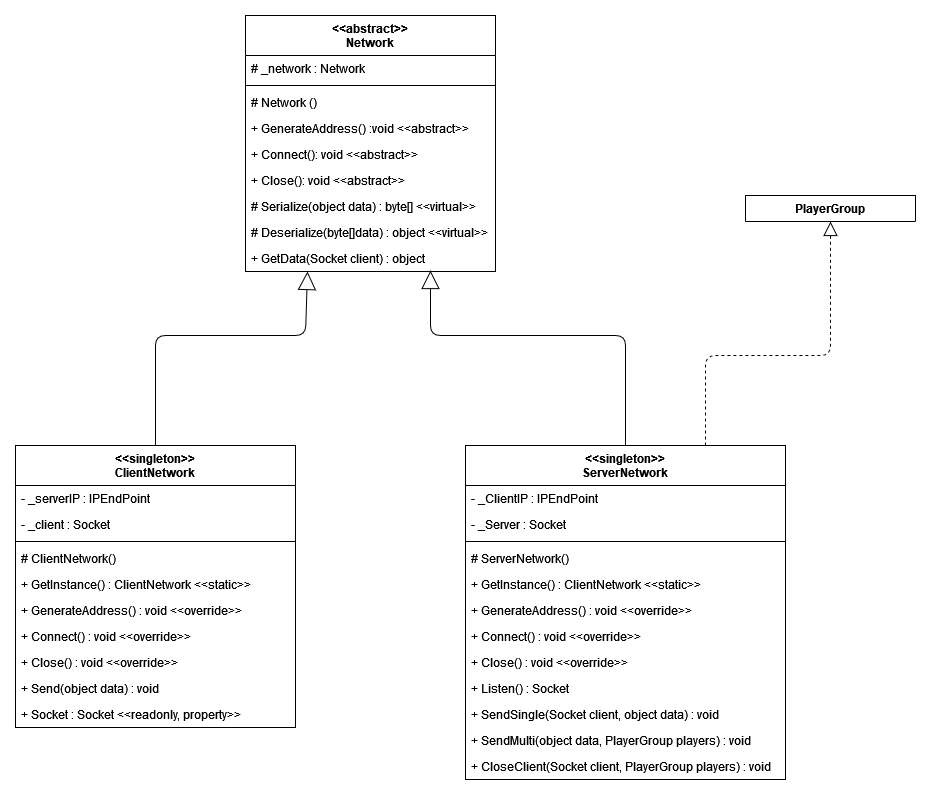
The draw.io diagram Documentation/UML/Network.png in Jiruu246/Exploding_Kittens, before a commit. Source tidied: cells renumbered, new cells last; positions are measured from the earlier drawing's top-left corner, leaving out a move shared by most shapes. The source it was exported from:
```xml
<mxGraphModel>
  <root>
    <mxCell id="0" />
    <mxCell id="1" parent="0" />
    <mxCell id="2" value="&lt;&lt;abstract&gt;&gt;&#10;Network" style="swimlane;fontStyle=1;align=center;verticalAlign=top;horizontal=1;startSize=40;" parent="1" vertex="1">
      <mxGeometry x="230" width="250" height="256" as="geometry" />
    </mxCell>
    <mxCell id="3" value="# _network : Network" style="text;strokeColor=none;fillColor=none;align=left;verticalAlign=top;spacingLeft=4;spacingRight=4;overflow=hidden;" parent="2" vertex="1">
      <mxGeometry y="40" width="250" height="26" as="geometry" />
    </mxCell>
    <mxCell id="4" style="line;strokeWidth=1;fillColor=none;align=left;verticalAlign=middle;spacingTop=-1;spacingLeft=3;spacingRight=3;labelPosition=right;" parent="2" vertex="1">
      <mxGeometry y="66" width="250" height="8" as="geometry" />
    </mxCell>
    <mxCell id="5" value="# Network ()" style="text;strokeColor=none;fillColor=none;align=left;verticalAlign=top;spacingLeft=4;spacingRight=4;overflow=hidden;" parent="2" vertex="1">
      <mxGeometry y="74" width="250" height="26" as="geometry" />
    </mxCell>
    <mxCell id="6" value="+ GenerateAddress() :void &lt;&lt;abstract&gt;&gt;" style="text;strokeColor=none;fillColor=none;align=left;verticalAlign=top;spacingLeft=4;spacingRight=4;overflow=hidden;" parent="2" vertex="1">
      <mxGeometry y="100" width="250" height="26" as="geometry" />
    </mxCell>
    <mxCell id="7" value="+ Connect(): void &lt;&lt;abstract&gt;&gt;" style="text;strokeColor=none;fillColor=none;align=left;verticalAlign=top;spacingLeft=4;spacingRight=4;overflow=hidden;" parent="2" vertex="1">
      <mxGeometry y="126" width="250" height="26" as="geometry" />
    </mxCell>
    <mxCell id="8" value="+ Close(): void &lt;&lt;abstract&gt;&gt;" style="text;strokeColor=none;fillColor=none;align=left;verticalAlign=top;spacingLeft=4;spacingRight=4;overflow=hidden;" parent="2" vertex="1">
      <mxGeometry y="152" width="250" height="26" as="geometry" />
    </mxCell>
    <mxCell id="9" value="# Serialize(object data) : byte[] &lt;&lt;virtual&gt;&gt;" style="text;strokeColor=none;fillColor=none;align=left;verticalAlign=top;spacingLeft=4;spacingRight=4;overflow=hidden;" parent="2" vertex="1">
      <mxGeometry y="178" width="250" height="26" as="geometry" />
    </mxCell>
    <mxCell id="10" value="# Deserialize(byte[]data) : object &lt;&lt;virtual&gt;&gt;" style="text;strokeColor=none;fillColor=none;align=left;verticalAlign=top;spacingLeft=4;spacingRight=4;overflow=hidden;" parent="2" vertex="1">
      <mxGeometry y="204" width="250" height="26" as="geometry" />
    </mxCell>
    <mxCell id="11" value="+ GetData(Socket client) : object" style="text;strokeColor=none;fillColor=none;align=left;verticalAlign=top;spacingLeft=4;spacingRight=4;overflow=hidden;points=[[0,0.5],[1,0.5]];portConstraint=eastwest;" parent="2" vertex="1">
      <mxGeometry y="230" width="250" height="26" as="geometry" />
    </mxCell>
    <mxCell id="12" value="&lt;&lt;singleton&gt;&gt;&#10;ClientNetwork" style="swimlane;fontStyle=1;align=center;verticalAlign=top;horizontal=1;startSize=40;" parent="1" vertex="1">
      <mxGeometry y="430" width="280" height="282" as="geometry" />
    </mxCell>
    <mxCell id="13" value="- _serverIP : IPEndPoint" style="text;strokeColor=none;fillColor=none;align=left;verticalAlign=top;spacingLeft=4;spacingRight=4;overflow=hidden;" parent="12" vertex="1">
      <mxGeometry y="40" width="280" height="26" as="geometry" />
    </mxCell>
    <mxCell id="14" value="- _client : Socket" style="text;strokeColor=none;fillColor=none;align=left;verticalAlign=top;spacingLeft=4;spacingRight=4;overflow=hidden;" parent="12" vertex="1">
      <mxGeometry y="66" width="280" height="26" as="geometry" />
    </mxCell>
    <mxCell id="15" style="line;strokeWidth=1;fillColor=none;align=left;verticalAlign=middle;spacingTop=-1;spacingLeft=3;spacingRight=3;labelPosition=right;" parent="12" vertex="1">
      <mxGeometry y="92" width="280" height="8" as="geometry" />
    </mxCell>
    <mxCell id="16" value="# ClientNetwork()" style="text;strokeColor=none;fillColor=none;align=left;verticalAlign=top;spacingLeft=4;spacingRight=4;overflow=hidden;" parent="12" vertex="1">
      <mxGeometry y="100" width="280" height="26" as="geometry" />
    </mxCell>
    <mxCell id="17" value="+ GetInstance() : ClientNetwork &lt;&lt;static&gt;&gt;" style="text;strokeColor=none;fillColor=none;align=left;verticalAlign=top;spacingLeft=4;spacingRight=4;overflow=hidden;" parent="12" vertex="1">
      <mxGeometry y="126" width="280" height="26" as="geometry" />
    </mxCell>
    <mxCell id="18" value="+ GenerateAddress() : void &lt;&lt;override&gt;&gt;" style="text;strokeColor=none;fillColor=none;align=left;verticalAlign=top;spacingLeft=4;spacingRight=4;overflow=hidden;" parent="12" vertex="1">
      <mxGeometry y="152" width="280" height="26" as="geometry" />
    </mxCell>
    <mxCell id="19" value="+ Connect() : void &lt;&lt;override&gt;&gt;" style="text;strokeColor=none;fillColor=none;align=left;verticalAlign=top;spacingLeft=4;spacingRight=4;overflow=hidden;" parent="12" vertex="1">
      <mxGeometry y="178" width="280" height="26" as="geometry" />
    </mxCell>
    <mxCell id="20" value="+ Close() : void &lt;&lt;override&gt;&gt;" style="text;strokeColor=none;fillColor=none;align=left;verticalAlign=top;spacingLeft=4;spacingRight=4;overflow=hidden;" parent="12" vertex="1">
      <mxGeometry y="204" width="280" height="26" as="geometry" />
    </mxCell>
    <mxCell id="21" value="+ Send(object data) : void" style="text;strokeColor=none;fillColor=none;align=left;verticalAlign=top;spacingLeft=4;spacingRight=4;overflow=hidden;" parent="12" vertex="1">
      <mxGeometry y="230" width="280" height="26" as="geometry" />
    </mxCell>
    <mxCell id="22" value="+ Socket : Socket &lt;&lt;readonly, property&gt;&gt;" style="text;strokeColor=none;fillColor=none;align=left;verticalAlign=top;spacingLeft=4;spacingRight=4;overflow=hidden;" parent="12" vertex="1">
      <mxGeometry y="256" width="280" height="26" as="geometry" />
    </mxCell>
    <mxCell id="23" style="endArrow=block;endSize=16;endFill=0;html=1;exitX=0.5;exitY=0;exitDx=0;exitDy=0;entryX=0.248;entryY=1;entryDx=0;entryDy=0;entryPerimeter=0;" parent="1" edge="1" source="12" target="11">
      <mxGeometry relative="1" as="geometry">
        <Array as="points">
          <mxPoint x="140" y="320" />
          <mxPoint x="290" y="320" />
        </Array>
      </mxGeometry>
    </mxCell>
    <mxCell id="24" value="&lt;&lt;singleton&gt;&gt;&#10;ServerNetwork" style="swimlane;fontStyle=1;align=center;verticalAlign=top;horizontal=1;startSize=40;" parent="1" vertex="1">
      <mxGeometry x="450" y="430" width="320" height="334" as="geometry" />
    </mxCell>
    <mxCell id="25" value="- _ClientIP : IPEndPoint" style="text;strokeColor=none;fillColor=none;align=left;verticalAlign=top;spacingLeft=4;spacingRight=4;overflow=hidden;" parent="24" vertex="1">
      <mxGeometry y="40" width="320" height="26" as="geometry" />
    </mxCell>
    <mxCell id="26" value="- _Server : Socket" style="text;strokeColor=none;fillColor=none;align=left;verticalAlign=top;spacingLeft=4;spacingRight=4;overflow=hidden;" parent="24" vertex="1">
      <mxGeometry y="66" width="320" height="26" as="geometry" />
    </mxCell>
    <mxCell id="27" style="line;strokeWidth=1;fillColor=none;align=left;verticalAlign=middle;spacingTop=-1;spacingLeft=3;spacingRight=3;labelPosition=right;" parent="24" vertex="1">
      <mxGeometry y="92" width="320" height="8" as="geometry" />
    </mxCell>
    <mxCell id="28" value="# ServerNetwork()" style="text;strokeColor=none;fillColor=none;align=left;verticalAlign=top;spacingLeft=4;spacingRight=4;overflow=hidden;" parent="24" vertex="1">
      <mxGeometry y="100" width="320" height="26" as="geometry" />
    </mxCell>
    <mxCell id="29" value="+ GetInstance() : ClientNetwork &lt;&lt;static&gt;&gt;" style="text;strokeColor=none;fillColor=none;align=left;verticalAlign=top;spacingLeft=4;spacingRight=4;overflow=hidden;" parent="24" vertex="1">
      <mxGeometry y="126" width="320" height="26" as="geometry" />
    </mxCell>
    <mxCell id="30" value="+ GenerateAddress() : void &lt;&lt;override&gt;&gt;" style="text;strokeColor=none;fillColor=none;align=left;verticalAlign=top;spacingLeft=4;spacingRight=4;overflow=hidden;" parent="24" vertex="1">
      <mxGeometry y="152" width="320" height="26" as="geometry" />
    </mxCell>
    <mxCell id="31" value="+ Connect() : void &lt;&lt;override&gt;&gt;" style="text;strokeColor=none;fillColor=none;align=left;verticalAlign=top;spacingLeft=4;spacingRight=4;overflow=hidden;" parent="24" vertex="1">
      <mxGeometry y="178" width="320" height="26" as="geometry" />
    </mxCell>
    <mxCell id="32" value="+ Close() : void &lt;&lt;override&gt;&gt;" style="text;strokeColor=none;fillColor=none;align=left;verticalAlign=top;spacingLeft=4;spacingRight=4;overflow=hidden;" parent="24" vertex="1">
      <mxGeometry y="204" width="320" height="26" as="geometry" />
    </mxCell>
    <mxCell id="33" value="+ Listen() : Socket " style="text;strokeColor=none;fillColor=none;align=left;verticalAlign=top;spacingLeft=4;spacingRight=4;overflow=hidden;" parent="24" vertex="1">
      <mxGeometry y="230" width="320" height="26" as="geometry" />
    </mxCell>
    <mxCell id="34" value="+ SendSingle(Socket client, object data) : void" style="text;strokeColor=none;fillColor=none;align=left;verticalAlign=top;spacingLeft=4;spacingRight=4;overflow=hidden;" parent="24" vertex="1">
      <mxGeometry y="256" width="320" height="26" as="geometry" />
    </mxCell>
    <mxCell id="35" value="+ SendMulti(object data, PlayerGroup players) : void" style="text;strokeColor=none;fillColor=none;align=left;verticalAlign=top;spacingLeft=4;spacingRight=4;overflow=hidden;" parent="24" vertex="1">
      <mxGeometry y="282" width="320" height="26" as="geometry" />
    </mxCell>
    <mxCell id="36" value="+ CloseClient(Socket client, PlayerGroup players) : void" style="text;strokeColor=none;fillColor=none;align=left;verticalAlign=top;spacingLeft=4;spacingRight=4;overflow=hidden;" parent="24" vertex="1">
      <mxGeometry y="308" width="320" height="26" as="geometry" />
    </mxCell>
    <mxCell id="37" style="endArrow=block;endSize=16;endFill=0;html=1;entryX=0.74;entryY=0.962;entryDx=0;entryDy=0;entryPerimeter=0;exitX=0.5;exitY=0;exitDx=0;exitDy=0;" parent="1" edge="1" source="24" target="11">
      <mxGeometry relative="1" as="geometry">
        <Array as="points">
          <mxPoint x="610" y="320" />
          <mxPoint x="415" y="320" />
        </Array>
      </mxGeometry>
    </mxCell>
    <mxCell id="38" value="PlayerGroup" style="swimlane;fontStyle=1;align=center;verticalAlign=top;horizontal=1;startSize=26;" parent="1" vertex="1" collapsed="1">
      <mxGeometry x="730" y="180" width="170" height="26" as="geometry" />
    </mxCell>
    <mxCell id="39" style="endArrow=block;dashed=1;endFill=0;endSize=12;html=1;exitX=0.75;exitY=0;exitDx=0;exitDy=0;entryX=0.5;entryY=1;entryDx=0;entryDy=0;" parent="1" edge="1" source="24" target="38">
      <mxGeometry relative="1" as="geometry">
        <Array as="points">
          <mxPoint x="690" y="340" />
          <mxPoint x="815" y="340" />
        </Array>
      </mxGeometry>
    </mxCell>
  </root>
</mxGraphModel>
```
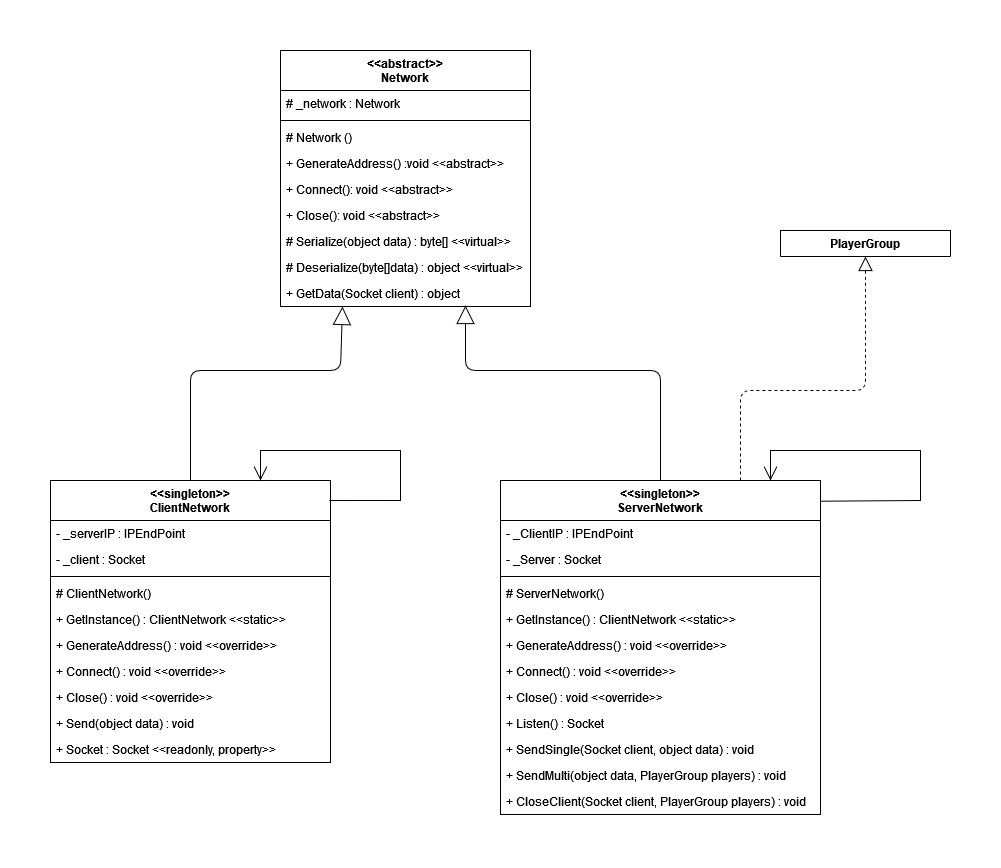
Later version of the same file.

Diff of the diagram source:
```diff
@@ -131,5 +131,24 @@
         </Array>
       </mxGeometry>
     </mxCell>
+    <mxCell id="40" style="endArrow=open;endFill=1;endSize=12;html=1;rounded=0;exitX=0.996;exitY=0.071;exitDx=0;exitDy=0;exitPerimeter=0;entryX=0.75;entryY=0;entryDx=0;entryDy=0;" parent="1" edge="1" source="12" target="12">
+      <mxGeometry relative="1" as="geometry">
+        <Array as="points">
+          <mxPoint x="350" y="450" />
+          <mxPoint x="350" y="400" />
+          <mxPoint x="210" y="400" />
+        </Array>
+      </mxGeometry>
+    </mxCell>
+    <mxCell id="41" style="endArrow=open;endFill=1;endSize=12;html=1;rounded=0;exitX=1.001;exitY=0.062;exitDx=0;exitDy=0;exitPerimeter=0;entryX=0.75;entryY=0;entryDx=0;entryDy=0;" parent="1" edge="1" source="24">
+      <mxGeometry relative="1" as="geometry">
+        <mxPoint x="720" y="430" as="targetPoint" />
+        <Array as="points">
+          <mxPoint x="870" y="450" />
+          <mxPoint x="870" y="400" />
+          <mxPoint x="720" y="400" />
+        </Array>
+      </mxGeometry>
+    </mxCell>
   </root>
 </mxGraphModel>
```
